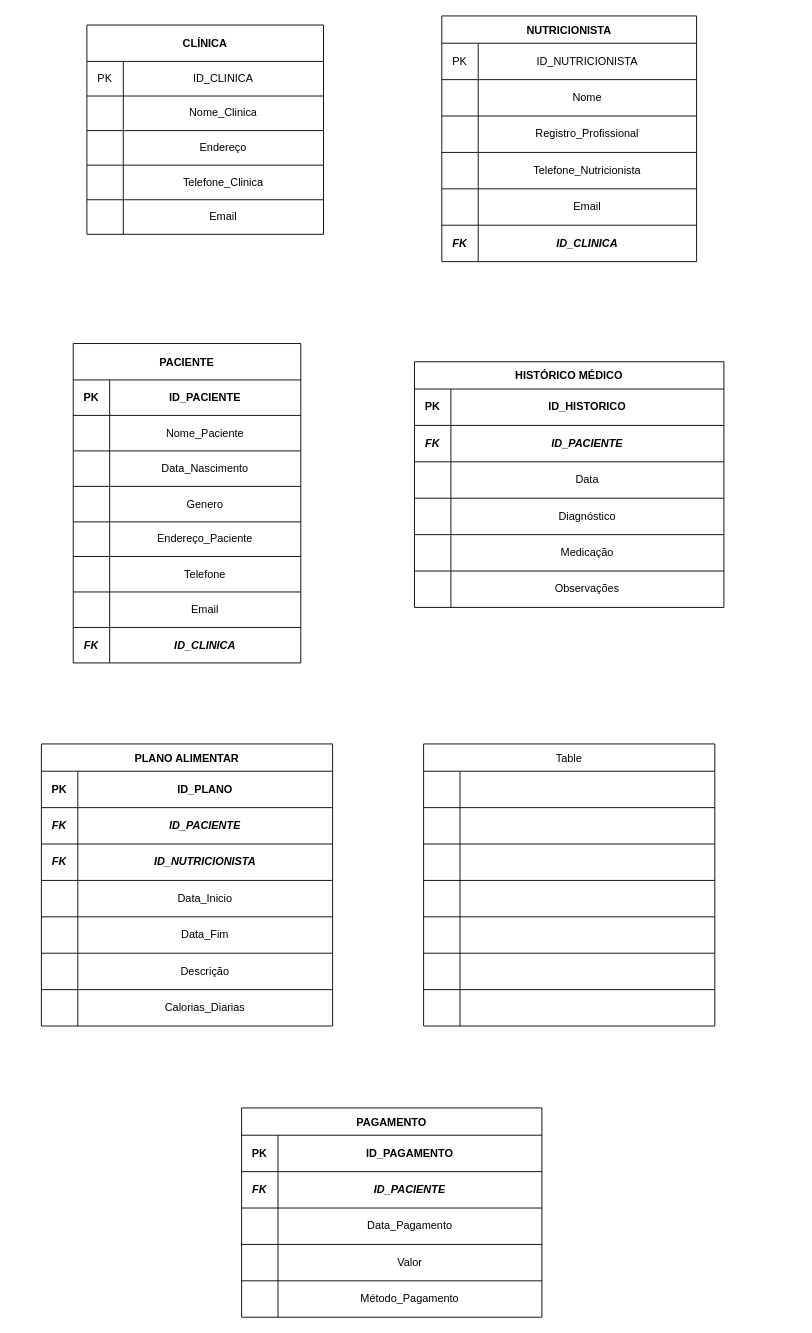
Earlier version of the draw.io diagram Diagrama sem nome.drawio (tifanymoreira/BANCO_DE_DADOS). Source tidied: cells renumbered, new cells numbered last; positions are measured from the earlier drawing's top-left corner, leaving out a move shared by most shapes. Both pictures are drawn from the tidied source at 91%, with x=0, y=0 at pixel (41, 15).
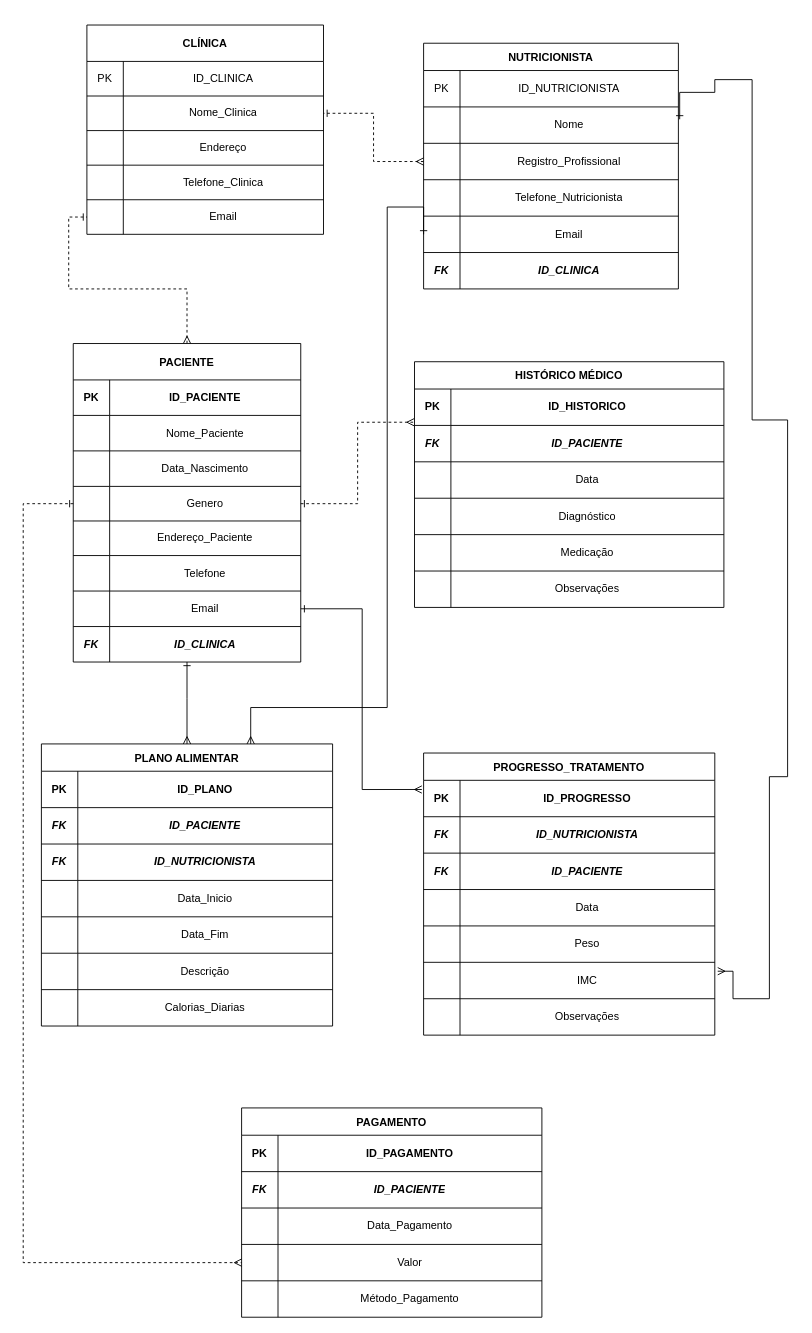
Above is the later version.

Commit message:
DER FINALIZADO

The change refers to these unchanged cells:
```xml
<mxCell id="28" style="shape=tableRow;horizontal=0;startSize=0;swimlaneHead=0;swimlaneBody=0;strokeColor=inherit;top=0;left=0;bottom=0;right=0;fillColor=none;points=[[0,0.5],[1,0.5]];portConstraint=eastwest;" parent="27" vertex="1">
  <mxGeometry y="30" width="340" height="40" as="geometry" />
</mxCell>
<mxCell id="46" value="PLANO ALIMENTAR" style="shape=table;startSize=30;childLayout=tableLayout;fontStyle=1;" parent="1" vertex="1">
  <mxGeometry y="800" width="320" height="310" as="geometry" />
</mxCell>
<mxCell id="78" style="shape=tableRow;horizontal=0;startSize=0;swimlaneHead=0;swimlaneBody=0;strokeColor=inherit;top=0;left=0;bottom=0;right=0;fillColor=none;" parent="68" vertex="1">
  <mxGeometry y="150" width="320" height="40" as="geometry" />
</mxCell>
<mxCell id="81" style="shape=tableRow;horizontal=0;startSize=0;swimlaneHead=0;swimlaneBody=0;strokeColor=inherit;top=0;left=0;bottom=0;right=0;fillColor=none;" parent="68" vertex="1">
  <mxGeometry y="190" width="320" height="40" as="geometry" />
</mxCell>
<mxCell id="84" style="shape=tableRow;horizontal=0;startSize=0;swimlaneHead=0;swimlaneBody=0;strokeColor=inherit;top=0;left=0;bottom=0;right=0;fillColor=none;points=[[0,0.5],[1,0.5]];portConstraint=eastwest;" parent="68" vertex="1">
  <mxGeometry y="230" width="320" height="40" as="geometry" />
</mxCell>
<mxCell id="87" style="shape=tableRow;horizontal=0;startSize=0;swimlaneHead=0;swimlaneBody=0;strokeColor=inherit;top=0;left=0;bottom=0;right=0;fillColor=none;" parent="68" vertex="1">
  <mxGeometry y="270" width="320" height="40" as="geometry" />
</mxCell>
<mxCell id="94" style="shape=tableRow;horizontal=0;startSize=0;swimlaneHead=0;swimlaneBody=0;strokeColor=inherit;top=0;left=0;bottom=0;right=0;fillColor=none;points=[[0,0.5],[1,0.5]];portConstraint=eastwest;" parent="90" vertex="1">
  <mxGeometry y="70" width="280" height="40" as="geometry" />
</mxCell>
<mxCell id="97" style="shape=tableRow;horizontal=0;startSize=0;swimlaneHead=0;swimlaneBody=0;strokeColor=inherit;top=0;left=0;bottom=0;right=0;fillColor=none;points=[[0,0.5],[1,0.5]];portConstraint=eastwest;" parent="90" vertex="1">
  <mxGeometry y="110" width="280" height="40" as="geometry" />
</mxCell>
<mxCell id="103" style="shape=tableRow;horizontal=0;startSize=0;swimlaneHead=0;swimlaneBody=0;strokeColor=inherit;top=0;left=0;bottom=0;right=0;fillColor=none;points=[[0,0.5],[1,0.5]];portConstraint=eastwest;" parent="90" vertex="1">
  <mxGeometry y="190" width="280" height="40" as="geometry" />
</mxCell>
<mxCell id="113" style="shape=tableRow;horizontal=0;startSize=0;swimlaneHead=0;swimlaneBody=0;strokeColor=inherit;top=0;left=0;bottom=0;right=0;fillColor=none;points=[[0,0.5],[1,0.5]];portConstraint=eastwest;" parent="109" vertex="1">
  <mxGeometry y="78" width="260" height="38" as="geometry" />
</mxCell>
<mxCell id="122" style="shape=tableRow;horizontal=0;startSize=0;swimlaneHead=0;swimlaneBody=0;strokeColor=inherit;top=0;left=0;bottom=0;right=0;fillColor=none;points=[[0,0.5],[1,0.5]];portConstraint=eastwest;" parent="109" vertex="1">
  <mxGeometry y="192" width="260" height="38" as="geometry" />
</mxCell>
<mxCell id="135" style="shape=tableRow;horizontal=0;startSize=0;swimlaneHead=0;swimlaneBody=0;strokeColor=inherit;top=0;left=0;bottom=0;right=0;fillColor=none;points=[[0,0.5],[1,0.5]];portConstraint=eastwest;" parent="125" vertex="1">
  <mxGeometry y="150" width="330" height="40" as="geometry" />
</mxCell>
```

Diff of the diagram source:
```diff
@@
+    <mxCell id="141" style="edgeStyle=orthogonalEdgeStyle;rounded=0;jettySize=auto;html=1;entryX=0.5;entryY=0;entryDx=0;entryDy=0;startArrow=ERone;startFill=0;endArrow=ERmany;endFill=0;" parent="1" edge="1" source="2" target="46">
+      <mxGeometry relative="1" as="geometry">
+        <Array as="points">
+          <mxPoint x="160" y="750" />
+          <mxPoint x="160" y="750" />
+        </Array>
+      </mxGeometry>
+    </mxCell>
+    <mxCell id="142" style="edgeStyle=orthogonalEdgeStyle;rounded=0;jettySize=auto;html=1;exitX=0.5;exitY=0;exitDx=0;exitDy=0;dashed=1;endArrow=ERone;endFill=0;startArrow=ERmany;startFill=0;entryX=0;entryY=0.5;entryDx=0;entryDy=0;" parent="1" edge="1" source="2" target="122">
+      <mxGeometry relative="1" as="geometry" />
+    </mxCell>
     <mxCell id="2" value="PACIENTE" style="shape=table;startSize=40;childLayout=tableLayout;fontStyle=1;" parent="1" vertex="1">
-      <mxGeometry x="35" y="360" width="250" height="351" as="geometry" />
+      <mxGeometry x="35" y="360" width="250" height="350" as="geometry" />
     </mxCell>
@@
     <mxCell id="12" style="shape=tableRow;horizontal=0;startSize=0;swimlaneHead=0;swimlaneBody=0;strokeColor=inherit;top=0;left=0;bottom=0;right=0;fillColor=none;points=[[0,0.5],[1,0.5]];portConstraint=eastwest;" parent="2" vertex="1">
-      <mxGeometry y="157" width="250" height="39" as="geometry" />
+      <mxGeometry y="157" width="250" height="38" as="geometry" />
     </mxCell>
     <mxCell id="13" style="shape=partialRectangle;html=1;whiteSpace=wrap;strokeColor=inherit;overflow=hidden;fillColor=none;top=0;left=0;bottom=0;right=0;" parent="12" vertex="1">
-      <mxGeometry width="40" height="39" as="geometry" />
+      <mxGeometry width="40" height="38" as="geometry" />
     </mxCell>
     <mxCell id="14" value="Genero" style="shape=partialRectangle;html=1;whiteSpace=wrap;strokeColor=inherit;overflow=hidden;fillColor=none;top=0;left=0;bottom=0;right=0;" parent="12" vertex="1">
-      <mxGeometry x="40" width="210" height="39" as="geometry" />
+      <mxGeometry x="40" width="210" height="38" as="geometry" />
     </mxCell>
     <mxCell id="15" style="shape=tableRow;horizontal=0;startSize=0;swimlaneHead=0;swimlaneBody=0;strokeColor=inherit;top=0;left=0;bottom=0;right=0;fillColor=none;" parent="2" vertex="1">
-      <mxGeometry y="196" width="250" height="38" as="geometry" />
+      <mxGeometry y="195" width="250" height="38" as="geometry" />
     </mxCell>
@@
     <mxCell id="18" style="shape=tableRow;horizontal=0;startSize=0;swimlaneHead=0;swimlaneBody=0;strokeColor=inherit;top=0;left=0;bottom=0;right=0;fillColor=none;" parent="2" vertex="1">
-      <mxGeometry y="234" width="250" height="39" as="geometry" />
+      <mxGeometry y="233" width="250" height="39" as="geometry" />
     </mxCell>
@@
     <mxCell id="21" style="shape=tableRow;horizontal=0;startSize=0;swimlaneHead=0;swimlaneBody=0;strokeColor=inherit;top=0;left=0;bottom=0;right=0;fillColor=none;points=[[0,0.5],[1,0.5]];portConstraint=eastwest;" parent="2" vertex="1">
-      <mxGeometry y="273" width="250" height="39" as="geometry" />
+      <mxGeometry y="272" width="250" height="39" as="geometry" />
     </mxCell>
@@
     <mxCell id="24" style="shape=tableRow;horizontal=0;startSize=0;swimlaneHead=0;swimlaneBody=0;strokeColor=inherit;top=0;left=0;bottom=0;right=0;fillColor=none;" parent="2" vertex="1">
-      <mxGeometry y="312" width="250" height="39" as="geometry" />
+      <mxGeometry y="311" width="250" height="39" as="geometry" />
     </mxCell>
@@
+    <mxCell id="143" style="edgeStyle=orthogonalEdgeStyle;rounded=0;jettySize=auto;html=1;entryX=0;entryY=0.5;entryDx=0;entryDy=0;endArrow=ERone;endFill=0;startArrow=ERmany;startFill=0;" parent="1" edge="1" source="46" target="103">
+      <mxGeometry relative="1" as="geometry">
+        <Array as="points">
+          <mxPoint x="230" y="760" />
+          <mxPoint x="380" y="760" />
+          <mxPoint x="380" y="210" />
+        </Array>
+      </mxGeometry>
+    </mxCell>
@@
-    <mxCell id="68" value="Table" style="shape=table;startSize=30;childLayout=tableLayout;" parent="1" vertex="1">
-      <mxGeometry x="420" y="800" width="320" height="310" as="geometry" />
+    <mxCell id="68" value="PROGRESSO_TRATAMENTO" style="shape=table;startSize=30;childLayout=tableLayout;fontStyle=1;" parent="1" vertex="1">
+      <mxGeometry x="420" y="810" width="320" height="310" as="geometry" />
     </mxCell>
-    <mxCell id="69" style="shape=tableRow;horizontal=0;startSize=0;swimlaneHead=0;swimlaneBody=0;strokeColor=inherit;top=0;left=0;bottom=0;right=0;fillColor=none;points=[[0,0.5],[1,0.5]];portConstraint=eastwest;" parent="68" vertex="1">
+    <mxCell id="69" style="shape=tableRow;horizontal=0;startSize=0;swimlaneHead=0;swimlaneBody=0;strokeColor=inherit;top=0;left=0;bottom=0;right=0;fillColor=none;points=[[0,0.5],[1,0.5]];portConstraint=eastwest;fontStyle=1;" parent="68" vertex="1">
       <mxGeometry y="30" width="320" height="40" as="geometry" />
     </mxCell>
-    <mxCell id="70" style="shape=partialRectangle;html=1;whiteSpace=wrap;strokeColor=inherit;overflow=hidden;fillColor=none;top=0;left=0;bottom=0;right=0;" parent="69" vertex="1">
+    <mxCell id="70" value="&lt;b&gt;PK&lt;/b&gt;" style="shape=partialRectangle;html=1;whiteSpace=wrap;strokeColor=inherit;overflow=hidden;fillColor=none;top=0;left=0;bottom=0;right=0;" parent="69" vertex="1">
       <mxGeometry width="40" height="40" as="geometry" />
     </mxCell>
-    <mxCell id="71" style="shape=partialRectangle;html=1;whiteSpace=wrap;strokeColor=inherit;overflow=hidden;fillColor=none;top=0;left=0;bottom=0;right=0;" parent="69" vertex="1">
+    <mxCell id="71" value="&lt;b&gt;ID_PROGRESSO&lt;/b&gt;" style="shape=partialRectangle;html=1;whiteSpace=wrap;strokeColor=inherit;overflow=hidden;fillColor=none;top=0;left=0;bottom=0;right=0;" parent="69" vertex="1">
       <mxGeometry x="40" width="280" height="40" as="geometry" />
     </mxCell>
+    <mxCell id="75" style="shape=tableRow;horizontal=0;startSize=0;swimlaneHead=0;swimlaneBody=0;strokeColor=inherit;top=0;left=0;bottom=0;right=0;fillColor=none;" parent="68" vertex="1">
+      <mxGeometry y="70" width="320" height="40" as="geometry" />
+    </mxCell>
+    <mxCell id="76" value="&lt;b&gt;&lt;i&gt;FK&lt;/i&gt;&lt;/b&gt;" style="shape=partialRectangle;html=1;whiteSpace=wrap;strokeColor=inherit;overflow=hidden;fillColor=none;top=0;left=0;bottom=0;right=0;" parent="75" vertex="1">
+      <mxGeometry width="40" height="40" as="geometry" />
+    </mxCell>
+    <mxCell id="77" value="&lt;b&gt;&lt;i&gt;ID_NUTRICIONISTA&lt;/i&gt;&lt;/b&gt;" style="shape=partialRectangle;html=1;whiteSpace=wrap;strokeColor=inherit;overflow=hidden;fillColor=none;top=0;left=0;bottom=0;right=0;" parent="75" vertex="1">
+      <mxGeometry x="40" width="280" height="40" as="geometry" />
+    </mxCell>
-    <mxCell id="72" style="shape=tableRow;horizontal=0;startSize=0;swimlaneHead=0;swimlaneBody=0;strokeColor=inherit;top=0;left=0;bottom=0;right=0;fillColor=none;" parent="68" vertex="1">
-      <mxGeometry y="70" width="320" height="40" as="geometry" />
+    <mxCell id="72" style="shape=tableRow;horizontal=0;startSize=0;swimlaneHead=0;swimlaneBody=0;strokeColor=inherit;top=0;left=0;bottom=0;right=0;fillColor=none;fontStyle=3;" parent="68" vertex="1">
+      <mxGeometry y="110" width="320" height="40" as="geometry" />
     </mxCell>
-    <mxCell id="73" style="shape=partialRectangle;html=1;whiteSpace=wrap;strokeColor=inherit;overflow=hidden;fillColor=none;top=0;left=0;bottom=0;right=0;" parent="72" vertex="1">
+    <mxCell id="73" value="&lt;b&gt;&lt;i&gt;FK&lt;/i&gt;&lt;/b&gt;" style="shape=partialRectangle;html=1;whiteSpace=wrap;strokeColor=inherit;overflow=hidden;fillColor=none;top=0;left=0;bottom=0;right=0;" parent="72" vertex="1">
       <mxGeometry width="40" height="40" as="geometry" />
     </mxCell>
-    <mxCell id="74" style="shape=partialRectangle;html=1;whiteSpace=wrap;strokeColor=inherit;overflow=hidden;fillColor=none;top=0;left=0;bottom=0;right=0;" parent="72" vertex="1">
+    <mxCell id="74" value="ID_PACIENTE" style="shape=partialRectangle;html=1;whiteSpace=wrap;strokeColor=inherit;overflow=hidden;fillColor=none;top=0;left=0;bottom=0;right=0;fontStyle=3;" parent="72" vertex="1">
       <mxGeometry x="40" width="280" height="40" as="geometry" />
     </mxCell>
-    <mxCell id="75" style="shape=tableRow;horizontal=0;startSize=0;swimlaneHead=0;swimlaneBody=0;strokeColor=inherit;top=0;left=0;bottom=0;right=0;fillColor=none;" parent="68" vertex="1">
-      <mxGeometry y="110" width="320" height="40" as="geometry" />
-    </mxCell>
-    <mxCell id="76" style="shape=partialRectangle;html=1;whiteSpace=wrap;strokeColor=inherit;overflow=hidden;fillColor=none;top=0;left=0;bottom=0;right=0;" parent="75" vertex="1">
-      <mxGeometry width="40" height="40" as="geometry" />
-    </mxCell>
-    <mxCell id="77" style="shape=partialRectangle;html=1;whiteSpace=wrap;strokeColor=inherit;overflow=hidden;fillColor=none;top=0;left=0;bottom=0;right=0;" parent="75" vertex="1">
-      <mxGeometry x="40" width="280" height="40" as="geometry" />
-    </mxCell>
@@
-    <mxCell id="80" style="shape=partialRectangle;html=1;whiteSpace=wrap;strokeColor=inherit;overflow=hidden;fillColor=none;top=0;left=0;bottom=0;right=0;" parent="78" vertex="1">
+    <mxCell id="80" value="Data" style="shape=partialRectangle;html=1;whiteSpace=wrap;strokeColor=inherit;overflow=hidden;fillColor=none;top=0;left=0;bottom=0;right=0;" parent="78" vertex="1">
       <mxGeometry x="40" width="280" height="40" as="geometry" />
     </mxCell>
@@
-    <mxCell id="83" style="shape=partialRectangle;html=1;whiteSpace=wrap;strokeColor=inherit;overflow=hidden;fillColor=none;top=0;left=0;bottom=0;right=0;" parent="81" vertex="1">
+    <mxCell id="83" value="Peso" style="shape=partialRectangle;html=1;whiteSpace=wrap;strokeColor=inherit;overflow=hidden;fillColor=none;top=0;left=0;bottom=0;right=0;" parent="81" vertex="1">
       <mxGeometry x="40" width="280" height="40" as="geometry" />
     </mxCell>
@@
-    <mxCell id="86" style="shape=partialRectangle;html=1;whiteSpace=wrap;strokeColor=inherit;overflow=hidden;fillColor=none;top=0;left=0;bottom=0;right=0;" parent="84" vertex="1">
+    <mxCell id="86" value="IMC" style="shape=partialRectangle;html=1;whiteSpace=wrap;strokeColor=inherit;overflow=hidden;fillColor=none;top=0;left=0;bottom=0;right=0;" parent="84" vertex="1">
       <mxGeometry x="40" width="280" height="40" as="geometry" />
     </mxCell>
@@
-    <mxCell id="89" style="shape=partialRectangle;html=1;whiteSpace=wrap;strokeColor=inherit;overflow=hidden;fillColor=none;top=0;left=0;bottom=0;right=0;" parent="87" vertex="1">
+    <mxCell id="89" value="Observações" style="shape=partialRectangle;html=1;whiteSpace=wrap;strokeColor=inherit;overflow=hidden;fillColor=none;top=0;left=0;bottom=0;right=0;" parent="87" vertex="1">
       <mxGeometry x="40" width="280" height="40" as="geometry" />
     </mxCell>
     <mxCell id="90" value="NUTRICIONISTA" style="shape=table;startSize=30;childLayout=tableLayout;fontStyle=1;" parent="1" vertex="1">
-      <mxGeometry x="440" width="280" height="270" as="geometry" />
+      <mxGeometry x="420" y="30" width="280" height="270" as="geometry" />
     </mxCell>
@@
+    <mxCell id="144" style="edgeStyle=orthogonalEdgeStyle;rounded=0;jettySize=auto;html=1;exitX=1;exitY=0.5;exitDx=0;exitDy=0;entryX=-0.001;entryY=0.912;entryDx=0;entryDy=0;entryPerimeter=0;dashed=1;endArrow=ERmany;endFill=0;startArrow=ERone;startFill=0;sourcePerimeterSpacing=5;" parent="1" edge="1" source="12" target="28">
+      <mxGeometry relative="1" as="geometry" />
+    </mxCell>
+    <mxCell id="145" style="edgeStyle=orthogonalEdgeStyle;rounded=0;jettySize=auto;html=1;exitX=1;exitY=0.5;exitDx=0;exitDy=0;entryX=-0.006;entryY=0.252;entryDx=0;entryDy=0;entryPerimeter=0;endArrow=ERmany;endFill=0;startArrow=ERone;startFill=0;" parent="1" edge="1" source="21" target="69">
+      <mxGeometry relative="1" as="geometry" />
+    </mxCell>
+    <mxCell id="146" style="edgeStyle=orthogonalEdgeStyle;rounded=0;jettySize=auto;html=1;exitX=0;exitY=0.5;exitDx=0;exitDy=0;entryX=1;entryY=0.5;entryDx=0;entryDy=0;startArrow=ERmany;startFill=0;endArrow=ERone;endFill=0;dashed=1;" parent="1" edge="1" source="97" target="113">
+      <mxGeometry relative="1" as="geometry" />
+    </mxCell>
+    <mxCell id="147" style="edgeStyle=orthogonalEdgeStyle;rounded=0;jettySize=auto;html=1;endArrow=ERone;endFill=0;entryX=1.005;entryY=0.34;entryDx=0;entryDy=0;entryPerimeter=0;startArrow=ERmany;startFill=0;exitX=1.01;exitY=0.244;exitDx=0;exitDy=0;exitPerimeter=0;" parent="1" edge="1" source="84" target="94">
+      <mxGeometry relative="1" as="geometry">
+        <Array as="points">
+          <mxPoint x="760" y="1050" />
+          <mxPoint x="760" y="1080" />
+          <mxPoint x="800" y="1080" />
+          <mxPoint x="800" y="836" />
+          <mxPoint x="820" y="836" />
+          <mxPoint x="820" y="444" />
+          <mxPoint x="781" y="444" />
+          <mxPoint x="781" y="70" />
+          <mxPoint x="740" y="70" />
+          <mxPoint x="740" y="84" />
+        </Array>
+      </mxGeometry>
+    </mxCell>
+    <mxCell id="148" style="edgeStyle=orthogonalEdgeStyle;rounded=0;jettySize=auto;html=1;exitX=0;exitY=0.5;exitDx=0;exitDy=0;entryX=0;entryY=0.5;entryDx=0;entryDy=0;startArrow=ERone;startFill=0;endArrow=ERmany;endFill=0;dashed=1;" parent="1" edge="1" source="12" target="135">
+      <mxGeometry relative="1" as="geometry">
+        <Array as="points">
+          <mxPoint x="-20" y="536" />
+          <mxPoint x="-20" y="1370" />
+        </Array>
+      </mxGeometry>
+    </mxCell>
```
